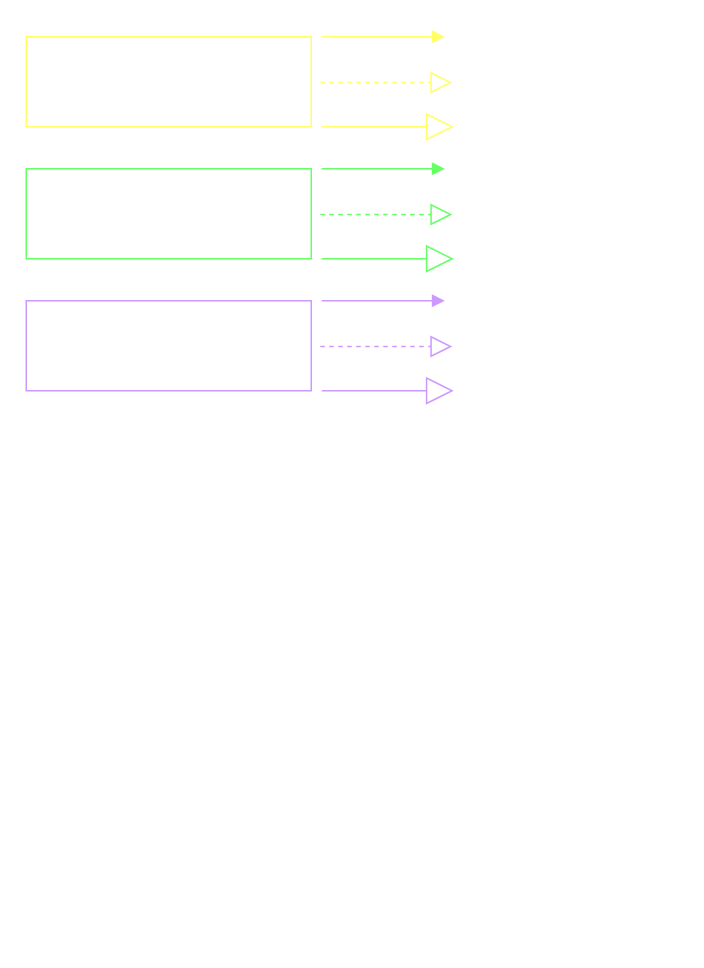
kanstantsin-bucha/draw-io keeps this draw.io diagram as essential/1/Dependency diagrams.drawio. Above is the earlier version. Source tidied: cells renumbered, new cells numbered last; positions are measured from the earlier drawing's top-left corner, leaving out a move shared by most shapes. Both pictures are drawn from the tidied source at 150%, with x=0, y=0 at pixel (26, 36).
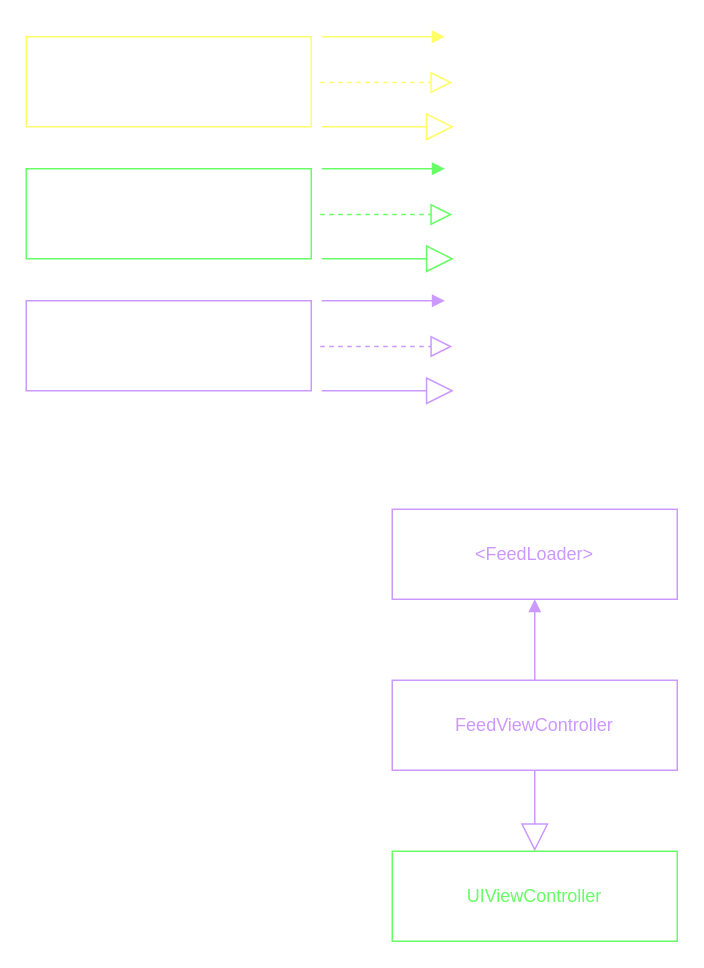
The same diagram, later.

Diff of the diagram source:
```diff
@@
+    <mxCell id="14" style="edgeStyle=orthogonalEdgeStyle;rounded=0;jettySize=auto;html=1;exitX=0.5;exitY=0;exitDx=0;exitDy=0;entryX=0.5;entryY=1;entryDx=0;entryDy=0;endArrow=block;align=left;verticalAlign=top;strokeColor=#CC99FF;fontColor=#FF8000;endFill=1;" parent="1" edge="1" source="16" target="17">
+      <mxGeometry relative="1" as="geometry" />
+    </mxCell>
+    <mxCell id="15" style="edgeStyle=orthogonalEdgeStyle;rounded=0;jettySize=auto;html=1;exitX=0.5;exitY=1;exitDx=0;exitDy=0;endArrow=block;strokeColor=#CC99FF;fontColor=#FF8000;endSize=16;endFill=0;" parent="1" edge="1" source="16" target="18">
+      <mxGeometry relative="1" as="geometry" />
+    </mxCell>
+    <mxCell id="16" value="FeedViewController" style="rounded=0;whiteSpace=wrap;html=1;strokeColor=#CC99FF;fontColor=#CC99FF;" parent="1" vertex="1">
+      <mxGeometry x="244" y="429" width="190" height="60" as="geometry" />
+    </mxCell>
+    <mxCell id="17" value="&amp;lt;FeedLoader&amp;gt;" style="rounded=0;whiteSpace=wrap;html=1;strokeColor=#CC99FF;fontColor=#CC99FF;" parent="1" vertex="1">
+      <mxGeometry x="244" y="315" width="190" height="60" as="geometry" />
+    </mxCell>
+    <mxCell id="18" value="UIViewController" style="rounded=0;whiteSpace=wrap;html=1;strokeColor=#66FF66;fontColor=#66FF66;" parent="1" vertex="1">
+      <mxGeometry x="244" y="543" width="190" height="60" as="geometry" />
+    </mxCell>
```
